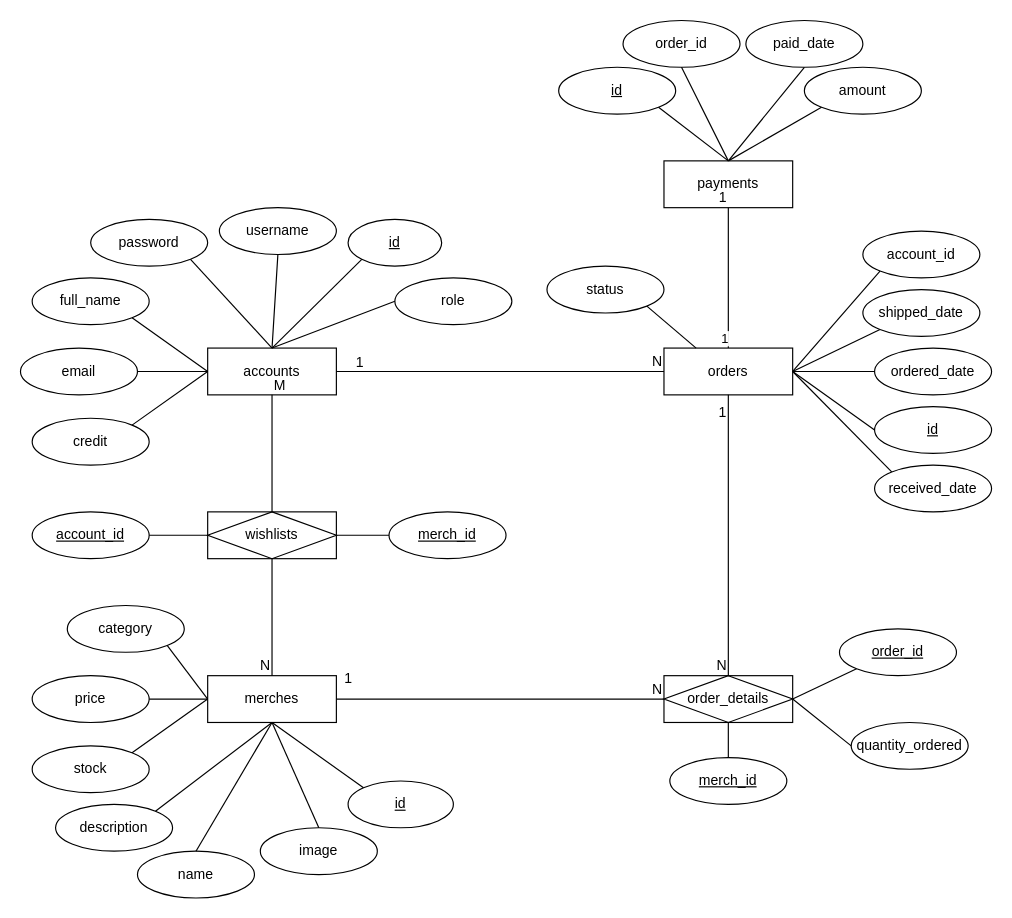
Earlier version of the draw.io diagram Untitled Diagram.drawio (GumaMohdor/Hallyuin-UTS.ver). Source tidied: cells renumbered, new cells numbered last; positions are measured from the earlier drawing's top-left corner, leaving out a move shared by most shapes. Both pictures are drawn from the tidied source at 117%, with x=0, y=0 at pixel (20, 20).
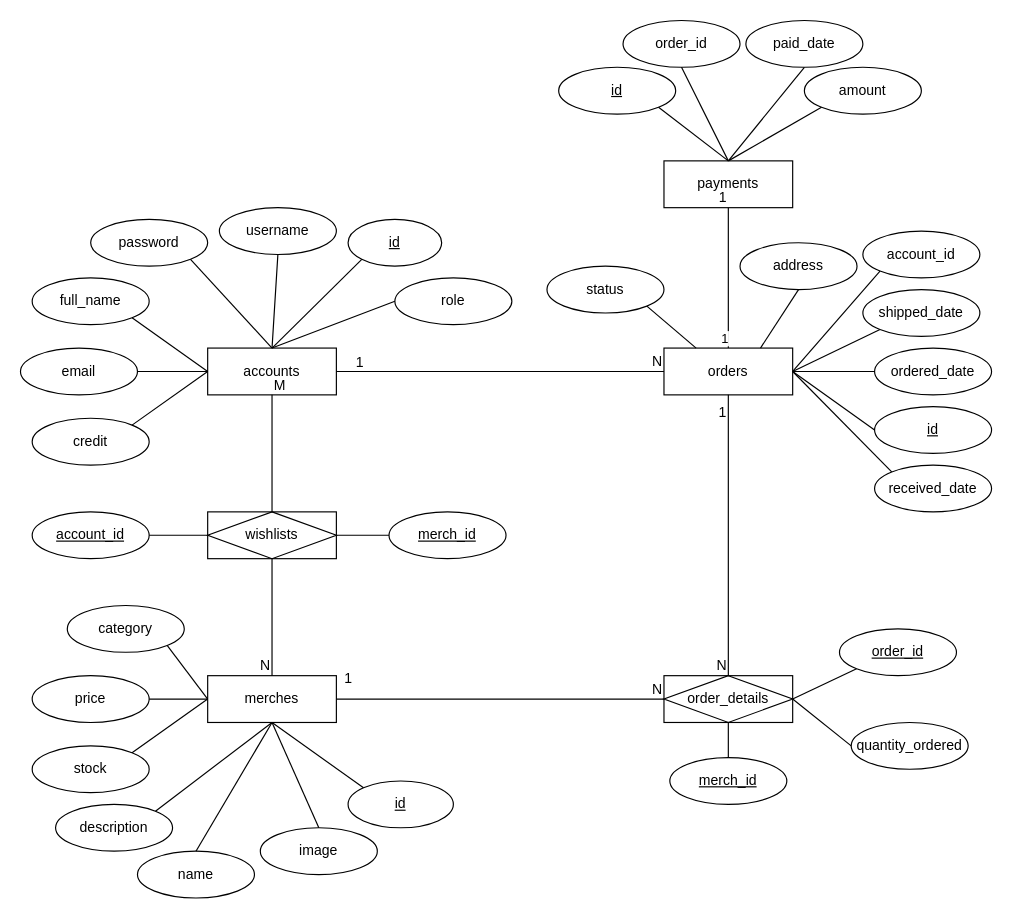
The same page after the edit.

The change refers to these unchanged cells:
```xml
<mxCell id="37" value="orders" style="whiteSpace=wrap;html=1;align=center;" parent="1" vertex="1">
  <mxGeometry x="550" y="280" width="110" height="40" as="geometry" />
</mxCell>
```

Diff of the diagram source:
```diff
@@
+    <mxCell id="81" value="address" style="ellipse;whiteSpace=wrap;html=1;align=center;" parent="1" vertex="1">
+      <mxGeometry x="615" y="190" width="100" height="40" as="geometry" />
+    </mxCell>
+    <mxCell id="82" style="endArrow=none;html=1;rounded=0;exitX=0.5;exitY=1;exitDx=0;exitDy=0;entryX=0.75;entryY=0;entryDx=0;entryDy=0;" parent="1" edge="1" source="81" target="37">
+      <mxGeometry relative="1" as="geometry" />
+    </mxCell>
```
